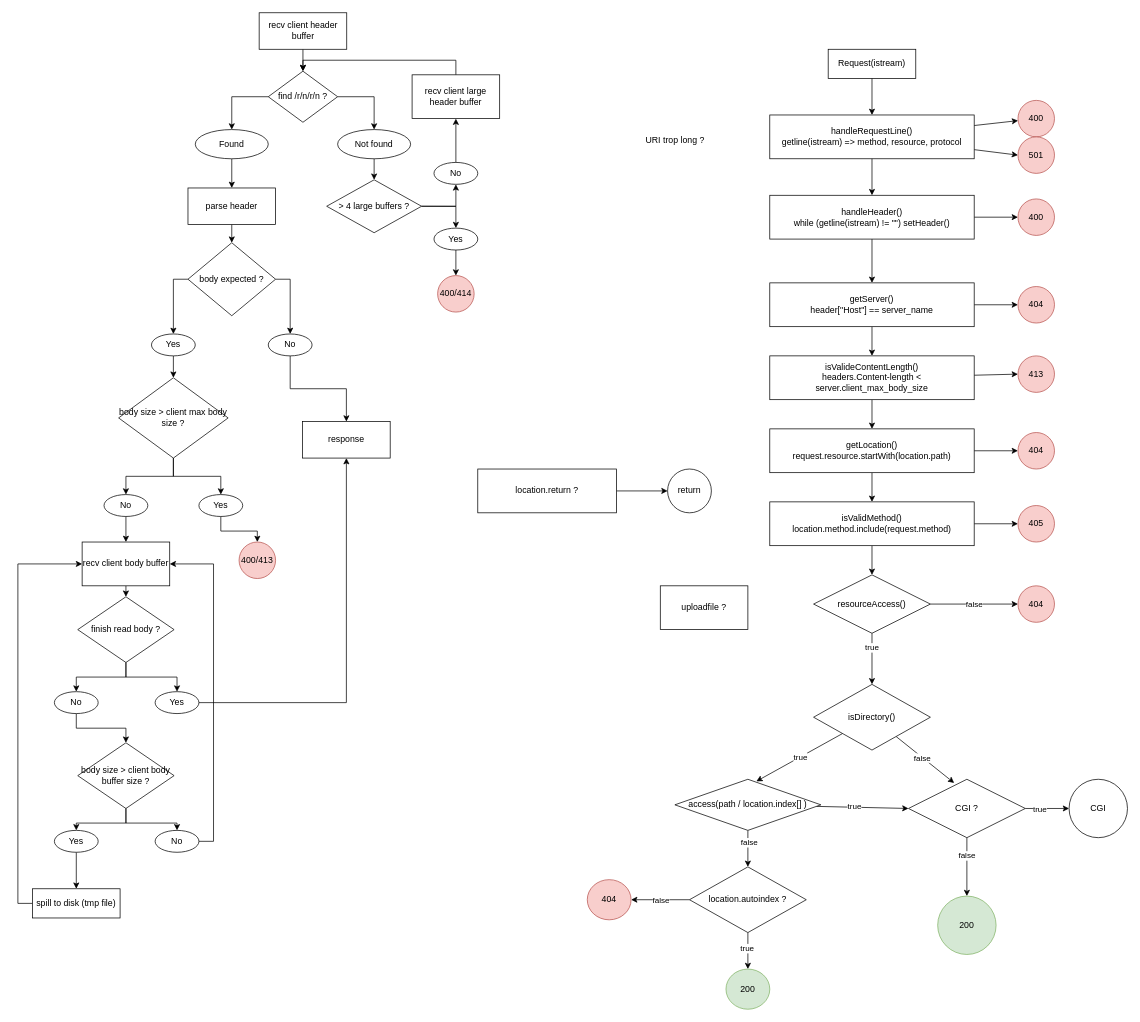
This is doc/request.drawio from PoursMo/webserv, a draw.io file, before an edit. Source tidied: cells renumbered, new cells numbered last; positions are measured from the earlier drawing's top-left corner, leaving out a move shared by most shapes. Both pictures are drawn from the tidied source at 73%, with x=0, y=0 at pixel (32, 12).
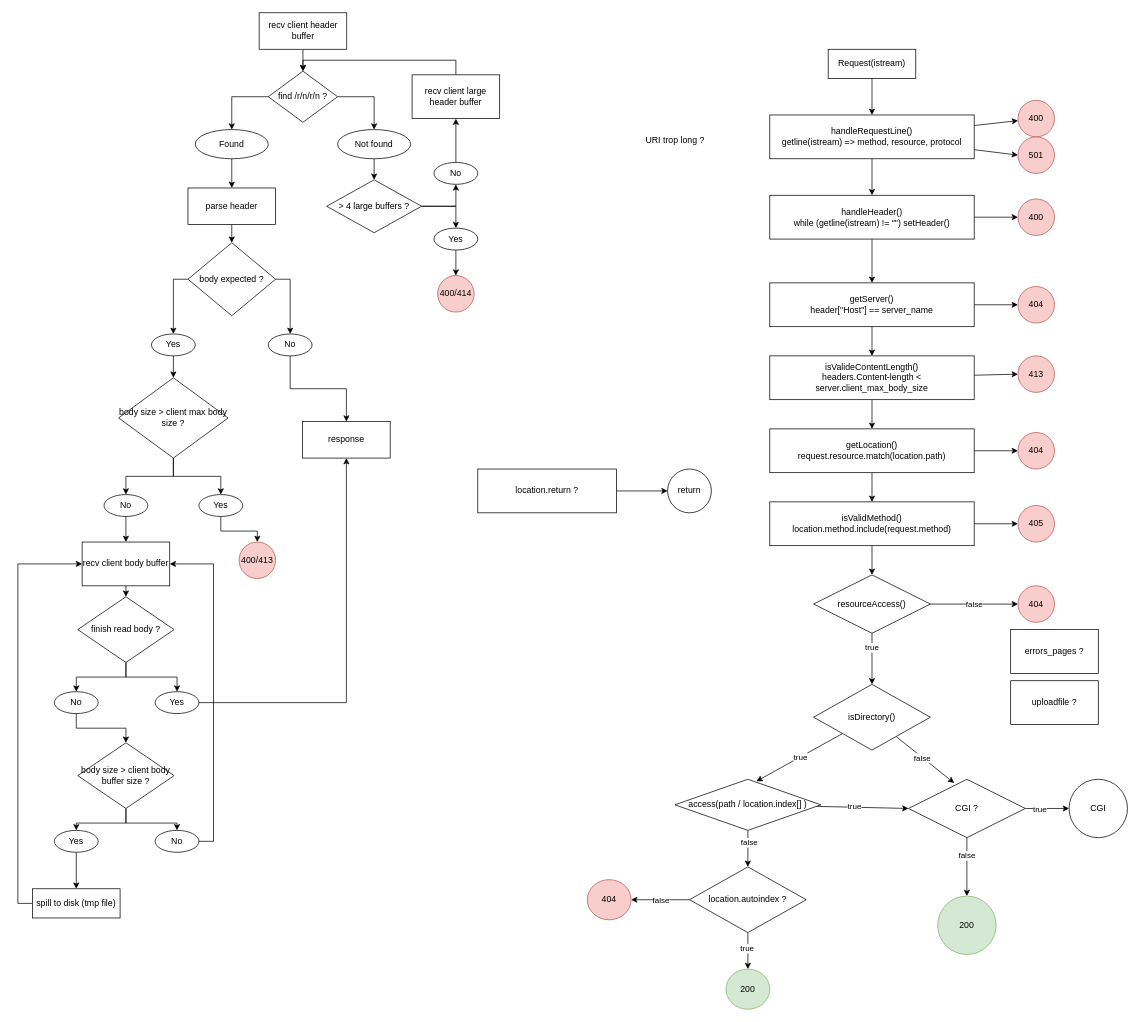
The same diagram, later.

The edit, as a diff of the source:
```diff
@@
-    <mxCell id="19" value="getLocation()&lt;div&gt;request.resource.startWith(location.path)&lt;/div&gt;" style="whiteSpace=wrap;html=1;" parent="1" vertex="1">
+    <mxCell id="19" value="getLocation()&lt;div&gt;request.resource.match(location.path)&lt;/div&gt;" style="whiteSpace=wrap;html=1;" parent="1" vertex="1">
       <mxGeometry x="1010" y="570" width="280" height="60" as="geometry" />
     </mxCell>
@@
     <mxCell id="119" value="uploadfile ?" style="whiteSpace=wrap;html=1;" parent="1" vertex="1">
-      <mxGeometry x="860" y="785" width="120" height="60" as="geometry" />
+      <mxGeometry x="1340" y="915" width="120" height="60" as="geometry" />
     </mxCell>
+    <mxCell id="120" value="errors_pages ?" style="whiteSpace=wrap;html=1;" parent="1" vertex="1">
+      <mxGeometry x="1340" y="845" width="120" height="60" as="geometry" />
+    </mxCell>
```
